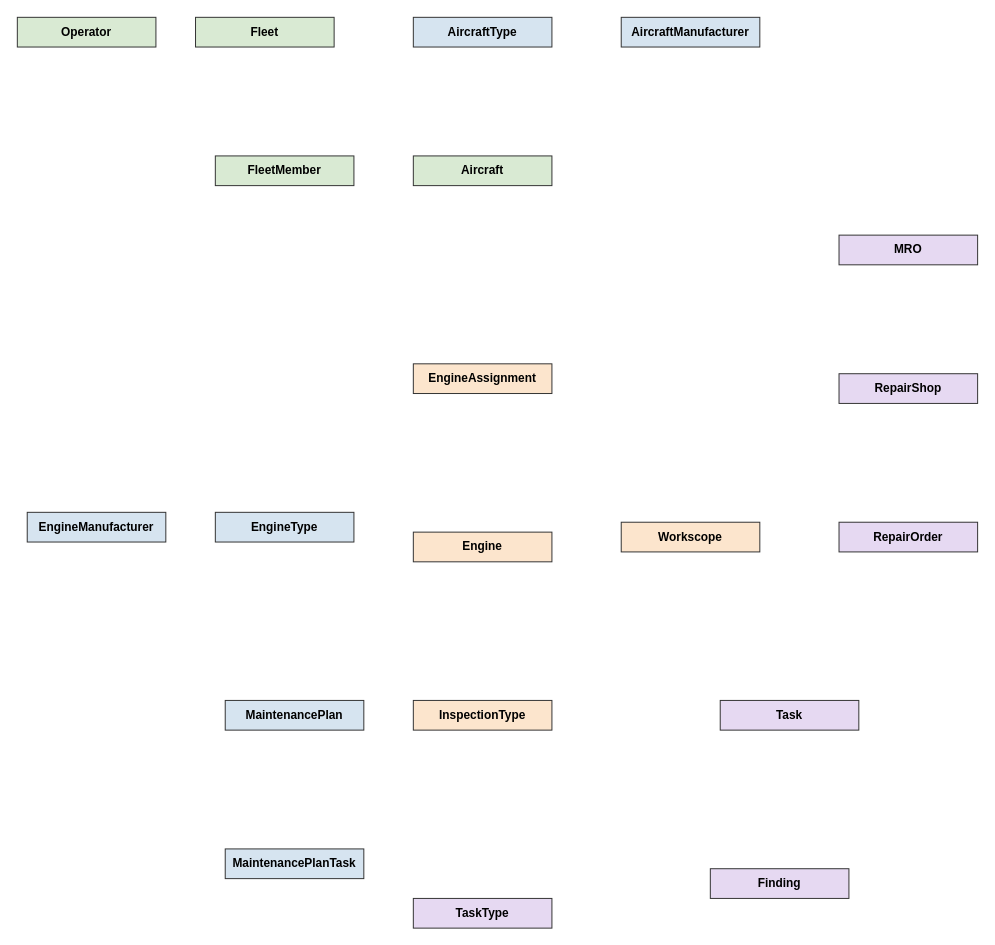
Earlier version of the draw.io diagram app/docs/requirements/DataModel-layout.drawio (aide-examples/aide-rap). Source tidied: cells renumbered, new cells numbered last; positions are measured from the earlier drawing's top-left corner, leaving out a move shared by most shapes. Both pictures are drawn from the tidied source at 99%, with x=0, y=0 at pixel (17, 17).
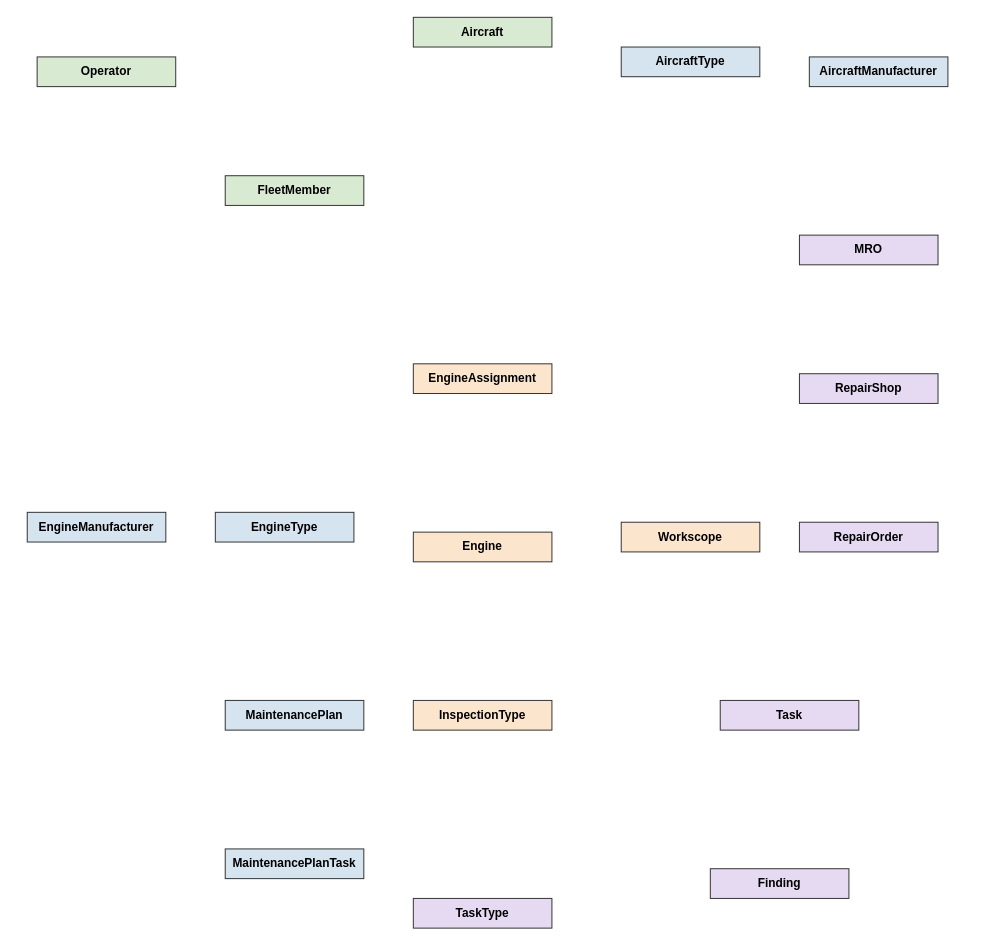
After the change.

Diff of the diagram source:
```diff
@@
     <mxCell id="2" value="AircraftManufacturer" style="rounded=0;whiteSpace=wrap;html=1;fillColor=#D6E4F0;strokeColor=#333333;fontStyle=1;" parent="1" vertex="1">
-      <mxGeometry x="610" width="140" height="30" as="geometry" />
+      <mxGeometry x="800" y="40" width="140" height="30" as="geometry" />
     </mxCell>
     <mxCell id="3" value="AircraftType" style="rounded=0;whiteSpace=wrap;html=1;fillColor=#D6E4F0;strokeColor=#333333;fontStyle=1;" parent="1" vertex="1">
-      <mxGeometry x="400" width="140" height="30" as="geometry" />
+      <mxGeometry x="610" y="30" width="140" height="30" as="geometry" />
     </mxCell>
@@
     <mxCell id="8" value="Operator" style="rounded=0;whiteSpace=wrap;html=1;fillColor=#D9EAD3;strokeColor=#333333;fontStyle=1;" parent="1" vertex="1">
-      <mxGeometry width="140" height="30" as="geometry" />
+      <mxGeometry x="20" y="40" width="140" height="30" as="geometry" />
     </mxCell>
-    <mxCell id="9" value="Fleet" style="rounded=0;whiteSpace=wrap;html=1;fillColor=#D9EAD3;strokeColor=#333333;fontStyle=1;" parent="1" vertex="1">
-      <mxGeometry x="180" width="140" height="30" as="geometry" />
-    </mxCell>
     <mxCell id="10" value="Aircraft" style="rounded=0;whiteSpace=wrap;html=1;fillColor=#D9EAD3;strokeColor=#333333;fontStyle=1;" parent="1" vertex="1">
-      <mxGeometry x="400" y="140" width="140" height="30" as="geometry" />
+      <mxGeometry x="400" width="140" height="30" as="geometry" />
     </mxCell>
@@
     <mxCell id="15" value="MRO" style="rounded=0;whiteSpace=wrap;html=1;fillColor=#E6D9F2;strokeColor=#333333;fontStyle=1;" parent="1" vertex="1">
-      <mxGeometry x="830" y="220" width="140" height="30" as="geometry" />
+      <mxGeometry x="790" y="220" width="140" height="30" as="geometry" />
     </mxCell>
     <mxCell id="16" value="RepairShop" style="rounded=0;whiteSpace=wrap;html=1;fillColor=#E6D9F2;strokeColor=#333333;fontStyle=1;" parent="1" vertex="1">
-      <mxGeometry x="830" y="360" width="140" height="30" as="geometry" />
+      <mxGeometry x="790" y="360" width="140" height="30" as="geometry" />
     </mxCell>
     <mxCell id="17" value="RepairOrder" style="rounded=0;whiteSpace=wrap;html=1;fillColor=#E6D9F2;strokeColor=#333333;fontStyle=1;" parent="1" vertex="1">
-      <mxGeometry x="830" y="510" width="140" height="30" as="geometry" />
+      <mxGeometry x="790" y="510" width="140" height="30" as="geometry" />
     </mxCell>
@@
     <mxCell id="21" value="FleetMember" style="rounded=0;whiteSpace=wrap;html=1;fillColor=#D9EAD3;strokeColor=#333333;fontStyle=1;" parent="1" vertex="1">
-      <mxGeometry x="200" y="140" width="140" height="30" as="geometry" />
+      <mxGeometry x="210" y="160" width="140" height="30" as="geometry" />
     </mxCell>
```
